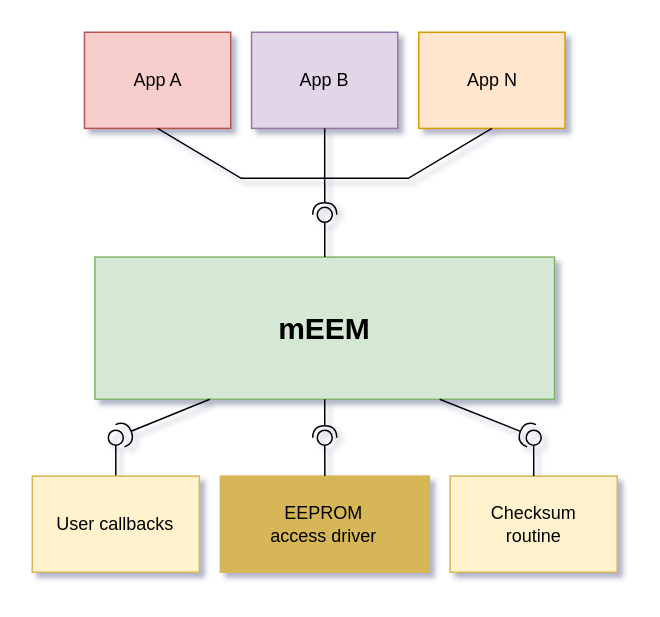
This is doc/Interfaces-overall.drawio from kaladim/microeeprommanager, a draw.io file, before an edit. Source tidied: cells renumbered, new cells numbered last; positions are measured from the earlier drawing's top-left corner, leaving out a move shared by most shapes. Both pictures are drawn from the tidied source at 150%, with x=0, y=0 at pixel (32, 32).
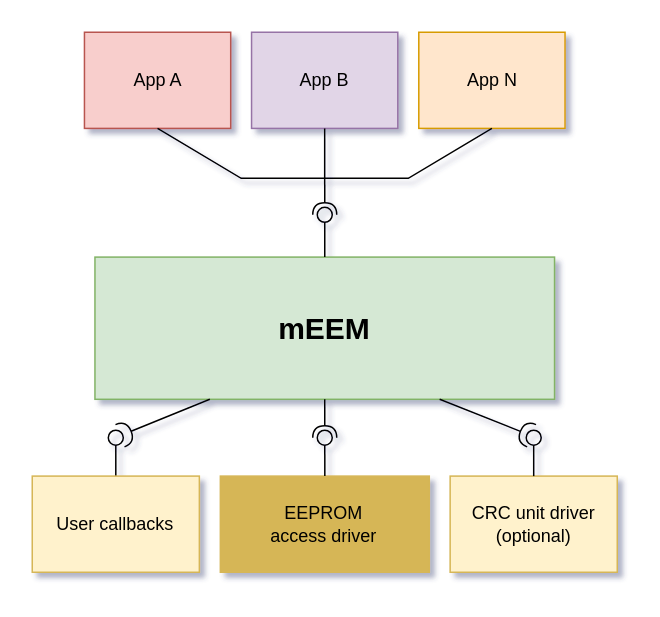
After the change.

Unchanged cells that the change refers to:
```xml
<mxCell id="2" style="group;shadow=1;" parent="1" vertex="1">
  <mxGeometry width="390" height="360" as="geometry" />
</mxCell>
```

What changed in the source:
```diff
@@
-    <mxCell id="14" value="Checksum&lt;div&gt;routine&lt;/div&gt;" style="html=1;whiteSpace=wrap;fillColor=#fff2cc;strokeColor=#d6b656;" parent="2" vertex="1">
+    <mxCell id="14" value="CRC unit driver&lt;div&gt;(optional)&lt;/div&gt;" style="html=1;whiteSpace=wrap;fillColor=#fff2cc;strokeColor=#d6b656;" parent="2" vertex="1">
       <mxGeometry x="278.6" y="295.9" width="111.4" height="64.1" as="geometry" />
     </mxCell>
```
